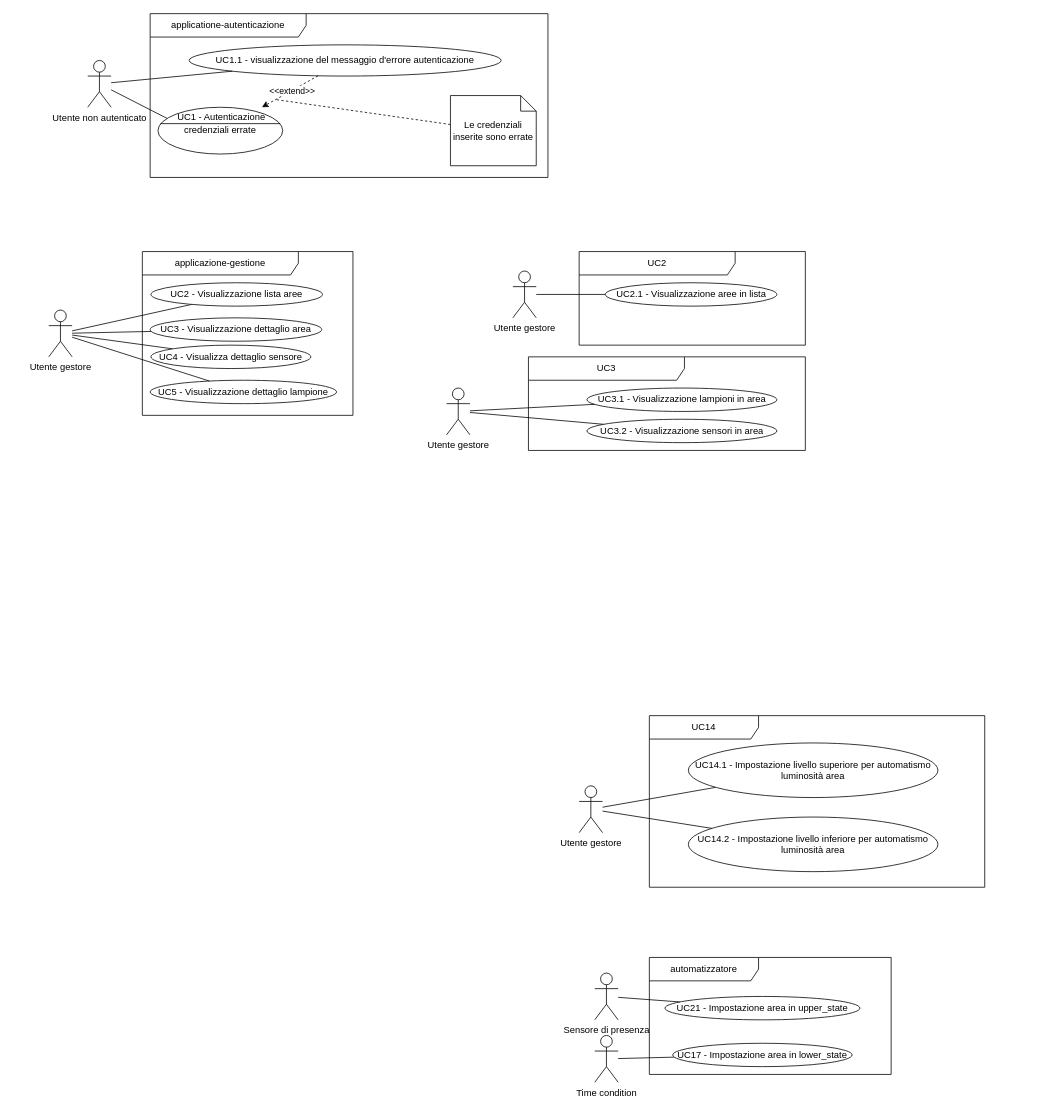
The draw.io diagram page "OK" (1 of 4) of casi_uso_grafici.drawio in SWEasabi/analisi-dei-requisiti, before the edit. Source tidied: cells renumbered, new cells numbered last; positions are measured from the earlier drawing's top-left corner, leaving out a move shared by most shapes. Both pictures are drawn from the tidied source at 78%, with x=0, y=0 at pixel (48, 13).
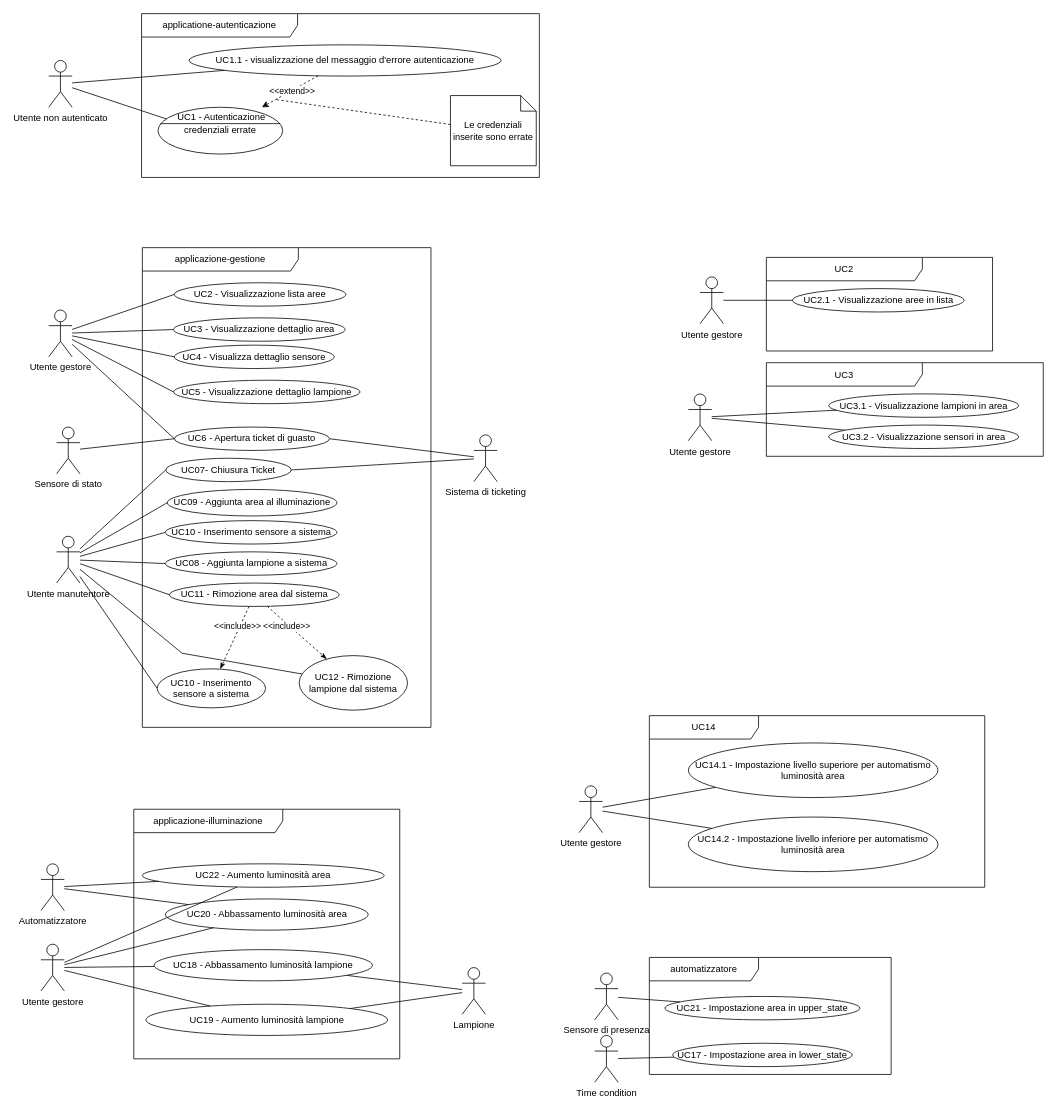
After the change.

Unchanged cells that the change refers to:
```xml
<mxCell id="17" value="Utente gestore" style="shape=umlActor;verticalLabelPosition=bottom;verticalAlign=top;html=1;outlineConnect=0;gradientColor=none;" parent="1" vertex="1">
  <mxGeometry y="380" width="30" height="60" as="geometry" />
</mxCell>
```

What changed in the source:
```diff
@@
+    <mxCell id="14" value="applicazione-gestione" style="shape=umlFrame;whiteSpace=wrap;html=1;width=200;height=30;" parent="1" vertex="1">
+      <mxGeometry x="120" y="300" width="370" height="615" as="geometry" />
+    </mxCell>
@@
     <mxCell id="3" value="applicatione-autenticazione" style="shape=umlFrame;whiteSpace=wrap;html=1;width=200;height=30;" parent="1" vertex="1">
-      <mxGeometry x="130" width="510" height="210" as="geometry" />
+      <mxGeometry x="119" width="510" height="210" as="geometry" />
     </mxCell>
@@
     <mxCell id="5" value="Utente non autenticato" style="shape=umlActor;verticalLabelPosition=bottom;verticalAlign=top;html=1;outlineConnect=0;gradientColor=none;" parent="1" vertex="1">
-      <mxGeometry x="50" y="60" width="30" height="60" as="geometry" />
+      <mxGeometry y="60" width="30" height="60" as="geometry" />
     </mxCell>
@@
-    <mxCell id="14" value="applicazione-gestione" style="shape=umlFrame;whiteSpace=wrap;html=1;width=200;height=30;" parent="1" vertex="1">
-      <mxGeometry x="120" y="305" width="270" height="210" as="geometry" />
-    </mxCell>
-    <mxCell id="15" style="edgeStyle=none;rounded=0;jumpStyle=none;jumpSize=15;jettySize=auto;html=1;endArrow=none;endFill=0;" parent="1" edge="1" source="17" target="19">
+    <mxCell id="15" style="edgeStyle=none;rounded=0;jumpStyle=none;jumpSize=15;jettySize=auto;html=1;endArrow=none;endFill=0;entryX=0;entryY=0.5;entryDx=0;entryDy=0;" parent="1" edge="1" source="17" target="19">
       <mxGeometry relative="1" as="geometry" />
     </mxCell>
-    <mxCell id="16" style="edgeStyle=none;html=1;endArrow=none;endFill=0;" parent="1" edge="1" source="17" target="23">
+    <mxCell id="16" style="edgeStyle=none;html=1;endArrow=none;endFill=0;entryX=0;entryY=0.5;entryDx=0;entryDy=0;" parent="1" edge="1" source="17" target="23">
       <mxGeometry relative="1" as="geometry" />
     </mxCell>
+    <mxCell id="46" style="edgeStyle=none;html=1;endArrow=none;endFill=0;entryX=0;entryY=0.5;entryDx=0;entryDy=0;" parent="1" edge="1" source="17" target="64">
+      <mxGeometry relative="1" as="geometry" />
+    </mxCell>
@@
     <mxCell id="18" value="UC3 - Visualizzazione dettaglio area" style="ellipse;whiteSpace=wrap;html=1;" parent="1" vertex="1">
-      <mxGeometry x="130" y="390" width="220" height="30" as="geometry" />
+      <mxGeometry x="160" y="390" width="220" height="30" as="geometry" />
     </mxCell>
     <mxCell id="19" value="UC4 - Visualizza dettaglio sensore" style="ellipse;whiteSpace=wrap;html=1;" parent="1" vertex="1">
-      <mxGeometry x="131" y="425" width="205" height="30" as="geometry" />
+      <mxGeometry x="161" y="425" width="205" height="30" as="geometry" />
     </mxCell>
     <mxCell id="20" value="UC5 - Visualizzazione dettaglio lampione" style="ellipse;whiteSpace=wrap;html=1;" parent="1" vertex="1">
-      <mxGeometry x="130" y="470" width="239" height="30" as="geometry" />
+      <mxGeometry x="160" y="470" width="239" height="30" as="geometry" />
     </mxCell>
-    <mxCell id="21" style="edgeStyle=none;rounded=0;jumpStyle=none;jumpSize=15;jettySize=auto;html=1;endArrow=none;endFill=0;" parent="1" edge="1" source="17" target="20">
+    <mxCell id="21" style="edgeStyle=none;rounded=0;jumpStyle=none;jumpSize=15;jettySize=auto;html=1;endArrow=none;endFill=0;entryX=0;entryY=0.5;entryDx=0;entryDy=0;" parent="1" edge="1" source="17" target="20">
       <mxGeometry relative="1" as="geometry" />
     </mxCell>
-    <mxCell id="22" style="edgeStyle=none;rounded=0;jumpStyle=none;jumpSize=15;jettySize=auto;html=1;endArrow=none;endFill=0;" parent="1" edge="1" source="17" target="18">
+    <mxCell id="22" style="edgeStyle=none;rounded=0;jumpStyle=none;jumpSize=15;jettySize=auto;html=1;endArrow=none;endFill=0;entryX=0;entryY=0.5;entryDx=0;entryDy=0;" parent="1" edge="1" source="17" target="18">
       <mxGeometry relative="1" as="geometry" />
     </mxCell>
     <mxCell id="23" value="UC2 - Visualizzazione lista aree" style="ellipse;whiteSpace=wrap;html=1;" parent="1" vertex="1">
-      <mxGeometry x="131" y="345" width="220" height="30" as="geometry" />
+      <mxGeometry x="161" y="345" width="220" height="30" as="geometry" />
     </mxCell>
     <mxCell id="24" value="UC3" style="shape=umlFrame;whiteSpace=wrap;html=1;width=200;height=30;" parent="1" vertex="1">
-      <mxGeometry x="615" y="440" width="355" height="120" as="geometry" />
+      <mxGeometry x="920" y="447.5" width="355" height="120" as="geometry" />
     </mxCell>
     <mxCell id="25" value="Utente gestore" style="shape=umlActor;verticalLabelPosition=bottom;verticalAlign=top;html=1;outlineConnect=0;gradientColor=none;" parent="1" vertex="1">
-      <mxGeometry x="510" y="480" width="30" height="60" as="geometry" />
+      <mxGeometry x="820" y="487.5" width="30" height="60" as="geometry" />
     </mxCell>
     <mxCell id="26" value="UC3.1 - Visualizzazione lampioni in area" style="ellipse;whiteSpace=wrap;html=1;" parent="1" vertex="1">
-      <mxGeometry x="690" y="480" width="243.5" height="30" as="geometry" />
+      <mxGeometry x="1000" y="487.5" width="243.5" height="30" as="geometry" />
     </mxCell>
@@
     <mxCell id="29" value="UC3.2 - Visualizzazione sensori in area" style="ellipse;whiteSpace=wrap;html=1;" parent="1" vertex="1">
-      <mxGeometry x="690" y="520" width="243.5" height="30" as="geometry" />
+      <mxGeometry x="1000" y="527.5" width="243.5" height="30" as="geometry" />
     </mxCell>
@@
     <mxCell id="36" value="UC2" style="shape=umlFrame;whiteSpace=wrap;html=1;width=200;height=30;" parent="1" vertex="1">
-      <mxGeometry x="680" y="305" width="290" height="120" as="geometry" />
+      <mxGeometry x="920" y="312.5" width="290" height="120" as="geometry" />
     </mxCell>
     <mxCell id="37" value="Utente gestore" style="shape=umlActor;verticalLabelPosition=bottom;verticalAlign=top;html=1;outlineConnect=0;gradientColor=none;" parent="1" vertex="1">
-      <mxGeometry x="595" y="330" width="30" height="60" as="geometry" />
+      <mxGeometry x="835" y="337.5" width="30" height="60" as="geometry" />
     </mxCell>
     <mxCell id="38" value="UC2.1 - Visualizzazione aree in lista" style="ellipse;whiteSpace=wrap;html=1;" parent="1" vertex="1">
-      <mxGeometry x="713.5" y="345" width="220" height="30" as="geometry" />
+      <mxGeometry x="953.5" y="352.5" width="220" height="30" as="geometry" />
     </mxCell>
@@
+    <mxCell id="47" value="applicazione-illuminazione" style="shape=umlFrame;whiteSpace=wrap;html=1;width=191;height=30;" parent="1" vertex="1">
+      <mxGeometry x="109" y="1020" width="341" height="320" as="geometry" />
+    </mxCell>
+    <mxCell id="48" style="edgeStyle=none;html=1;endArrow=none;endFill=0;" parent="1" edge="1" source="49" target="54">
+      <mxGeometry relative="1" as="geometry" />
+    </mxCell>
+    <mxCell id="49" value="UC19 - Aumento luminosità lampione" style="ellipse;whiteSpace=wrap;html=1;" parent="1" vertex="1">
+      <mxGeometry x="124.5" y="1270" width="310" height="40" as="geometry" />
+    </mxCell>
+    <mxCell id="50" value="UC22 - Aumento luminosità area" style="ellipse;whiteSpace=wrap;html=1;gradientColor=none;" parent="1" vertex="1">
+      <mxGeometry x="120" y="1090" width="310" height="30" as="geometry" />
+    </mxCell>
+    <mxCell id="51" style="edgeStyle=none;html=1;endArrow=none;endFill=0;" parent="1" edge="1" source="52" target="54">
+      <mxGeometry relative="1" as="geometry" />
+    </mxCell>
+    <mxCell id="52" value="UC18 - Abbassamento luminosità lampione" style="ellipse;whiteSpace=wrap;html=1;" parent="1" vertex="1">
+      <mxGeometry x="135" y="1200" width="280" height="40" as="geometry" />
+    </mxCell>
+    <mxCell id="53" value="UC20 - Abbassamento luminosità area" style="ellipse;whiteSpace=wrap;html=1;" parent="1" vertex="1">
+      <mxGeometry x="149.5" y="1135" width="260" height="40" as="geometry" />
+    </mxCell>
+    <mxCell id="54" value="Lampione" style="shape=umlActor;verticalLabelPosition=bottom;verticalAlign=top;html=1;outlineConnect=0;" parent="1" vertex="1">
+      <mxGeometry x="530" y="1223" width="30" height="60" as="geometry" />
+    </mxCell>
+    <mxCell id="55" style="edgeStyle=none;html=1;endArrow=none;endFill=0;" parent="1" edge="1" source="59" target="50">
+      <mxGeometry relative="1" as="geometry" />
+    </mxCell>
+    <mxCell id="56" style="edgeStyle=none;html=1;endArrow=none;endFill=0;" parent="1" edge="1" source="59" target="53">
+      <mxGeometry relative="1" as="geometry" />
+    </mxCell>
+    <mxCell id="57" style="edgeStyle=none;html=1;endArrow=none;endFill=0;" parent="1" edge="1" source="59" target="52">
+      <mxGeometry relative="1" as="geometry" />
+    </mxCell>
+    <mxCell id="58" style="edgeStyle=none;html=1;endArrow=none;endFill=0;" parent="1" edge="1" source="59" target="49">
+      <mxGeometry relative="1" as="geometry" />
+    </mxCell>
+    <mxCell id="59" value="Utente gestore" style="shape=umlActor;verticalLabelPosition=bottom;verticalAlign=top;html=1;outlineConnect=0;" parent="1" vertex="1">
+      <mxGeometry x="-10" y="1193" width="30" height="60" as="geometry" />
+    </mxCell>
+    <mxCell id="60" style="edgeStyle=none;html=1;endArrow=none;endFill=0;" parent="1" edge="1" source="62" target="50">
+      <mxGeometry relative="1" as="geometry" />
+    </mxCell>
+    <mxCell id="61" style="edgeStyle=none;html=1;endArrow=none;endFill=0;" parent="1" edge="1" source="62" target="53">
+      <mxGeometry relative="1" as="geometry" />
+    </mxCell>
+    <mxCell id="62" value="Automatizzatore" style="shape=umlActor;verticalLabelPosition=bottom;verticalAlign=top;html=1;outlineConnect=0;" parent="1" vertex="1">
+      <mxGeometry x="-10" y="1090" width="30" height="60" as="geometry" />
+    </mxCell>
+    <mxCell id="63" style="edgeStyle=none;html=1;endArrow=none;endFill=0;exitX=1;exitY=0.5;exitDx=0;exitDy=0;" parent="1" edge="1" source="64" target="67">
+      <mxGeometry relative="1" as="geometry" />
+    </mxCell>
+    <mxCell id="64" value="UC6 - Apertura ticket di guasto" style="ellipse;whiteSpace=wrap;html=1;" parent="1" vertex="1">
+      <mxGeometry x="161" y="530" width="199" height="30" as="geometry" />
+    </mxCell>
+    <mxCell id="65" style="edgeStyle=none;html=1;entryX=0;entryY=0.5;entryDx=0;entryDy=0;endArrow=none;endFill=0;" parent="1" edge="1" source="66" target="64">
+      <mxGeometry relative="1" as="geometry" />
+    </mxCell>
+    <mxCell id="66" value="Sensore di stato" style="shape=umlActor;verticalLabelPosition=bottom;verticalAlign=top;html=1;outlineConnect=0;gradientColor=none;" parent="1" vertex="1">
+      <mxGeometry x="10" y="530" width="30" height="60" as="geometry" />
+    </mxCell>
+    <mxCell id="67" value="Sistema di ticketing" style="shape=umlActor;verticalLabelPosition=bottom;verticalAlign=top;html=1;outlineConnect=0;gradientColor=none;" parent="1" vertex="1">
+      <mxGeometry x="545" y="540" width="30" height="60" as="geometry" />
+    </mxCell>
+    <mxCell id="68" style="edgeStyle=none;rounded=0;jettySize=auto;html=1;startArrow=none;startFill=0;endArrow=none;endFill=0;exitX=0;exitY=0.5;exitDx=0;exitDy=0;" parent="1" edge="1" source="69" target="72">
+      <mxGeometry relative="1" as="geometry" />
+    </mxCell>
+    <mxCell id="69" value="UC08 - Aggiunta lampione a sistema" style="ellipse;whiteSpace=wrap;html=1;" parent="1" vertex="1">
+      <mxGeometry x="149.5" y="690" width="220" height="30" as="geometry" />
+    </mxCell>
+    <mxCell id="70" style="edgeStyle=none;rounded=0;jumpStyle=none;jumpSize=15;jettySize=auto;html=1;endArrow=none;endFill=0;entryX=0;entryY=0.5;entryDx=0;entryDy=0;" parent="1" edge="1" source="72" target="73">
+      <mxGeometry relative="1" as="geometry" />
+    </mxCell>
+    <mxCell id="71" style="edgeStyle=none;rounded=0;jumpStyle=none;jumpSize=15;jettySize=auto;html=1;endArrow=none;endFill=0;entryX=0;entryY=0.5;entryDx=0;entryDy=0;" parent="1" edge="1" source="72" target="74">
+      <mxGeometry relative="1" as="geometry" />
+    </mxCell>
+    <mxCell id="72" value="Utente manutentore" style="shape=umlActor;verticalLabelPosition=bottom;verticalAlign=top;html=1;outlineConnect=0;gradientColor=none;" parent="1" vertex="1">
+      <mxGeometry x="10" y="670" width="30" height="60" as="geometry" />
+    </mxCell>
+    <mxCell id="73" value="UC07- Chiusura Ticket" style="ellipse;whiteSpace=wrap;html=1;" parent="1" vertex="1">
+      <mxGeometry x="150" y="570" width="161" height="30" as="geometry" />
+    </mxCell>
+    <mxCell id="74" value="UC10 - Inserimento sensore a sistema" style="ellipse;whiteSpace=wrap;html=1;" parent="1" vertex="1">
+      <mxGeometry x="149.5" y="650" width="220" height="30" as="geometry" />
+    </mxCell>
+    <mxCell id="75" style="edgeStyle=none;rounded=0;jumpStyle=none;jumpSize=15;jettySize=auto;html=1;endArrow=none;endFill=0;" parent="1" edge="1" source="76" target="72">
+      <mxGeometry relative="1" as="geometry">
+        <Array as="points">
+          <mxPoint x="171" y="820" />
+        </Array>
+      </mxGeometry>
+    </mxCell>
+    <mxCell id="76" value="UC12 - Rimozione lampione dal sistema" style="ellipse;whiteSpace=wrap;html=1;" parent="1" vertex="1">
+      <mxGeometry x="321" y="823" width="139" height="70" as="geometry" />
+    </mxCell>
+    <mxCell id="77" value="UC09 - Aggiunta area al illuminazione" style="ellipse;whiteSpace=wrap;html=1;" parent="1" vertex="1">
+      <mxGeometry x="152" y="610" width="217.5" height="34" as="geometry" />
+    </mxCell>
+    <mxCell id="78" style="edgeStyle=none;rounded=0;jumpStyle=none;jumpSize=15;jettySize=auto;html=1;endArrow=none;endFill=0;entryX=0;entryY=0.5;entryDx=0;entryDy=0;" parent="1" edge="1" source="72" target="77">
+      <mxGeometry relative="1" as="geometry" />
+    </mxCell>
+    <mxCell id="79" value="UC11 - Rimozione area dal sistema" style="ellipse;whiteSpace=wrap;html=1;" parent="1" vertex="1">
+      <mxGeometry x="154.8" y="730" width="217.5" height="30" as="geometry" />
+    </mxCell>
+    <mxCell id="80" style="edgeStyle=none;rounded=0;jumpStyle=none;jumpSize=15;jettySize=auto;html=1;endArrow=none;endFill=0;exitX=0;exitY=0.5;exitDx=0;exitDy=0;" parent="1" edge="1" source="79" target="72">
+      <mxGeometry relative="1" as="geometry" />
+    </mxCell>
+    <mxCell id="81" style="edgeStyle=none;rounded=0;sketch=0;jettySize=auto;html=1;shadow=0;dashed=1;startArrow=none;startFill=0;endArrow=classicThin;endFill=1;startSize=6;endSize=6;sourcePerimeterSpacing=0;targetPerimeterSpacing=0;" parent="1" edge="1" source="79" target="76">
+      <mxGeometry relative="1" as="geometry" />
+    </mxCell>
+    <mxCell id="82" value="&amp;lt;&amp;lt;include&amp;gt;&amp;gt;" style="edgeLabel;html=1;align=center;verticalAlign=middle;" parent="81" vertex="1">
+      <mxGeometry x="-0.32" y="-3" relative="1" as="geometry" />
+    </mxCell>
+    <mxCell id="83" style="edgeStyle=none;rounded=0;jettySize=auto;html=1;startArrow=none;startFill=0;endArrow=none;endFill=0;exitX=1;exitY=0.5;exitDx=0;exitDy=0;" parent="1" edge="1" source="73" target="67">
+      <mxGeometry relative="1" as="geometry" />
+    </mxCell>
+    <mxCell id="84" style="edgeStyle=none;html=1;endArrow=none;endFill=0;exitX=0;exitY=0.5;exitDx=0;exitDy=0;" parent="1" edge="1" source="85" target="72">
+      <mxGeometry relative="1" as="geometry" />
+    </mxCell>
+    <mxCell id="85" value="UC10 - Inserimento sensore a sistema" style="ellipse;whiteSpace=wrap;html=1;" parent="1" vertex="1">
+      <mxGeometry x="139" y="840" width="139" height="50" as="geometry" />
+    </mxCell>
+    <mxCell id="86" style="edgeStyle=none;rounded=0;sketch=0;jettySize=auto;html=1;shadow=0;dashed=1;startArrow=none;startFill=0;endArrow=classicThin;endFill=1;startSize=6;endSize=6;sourcePerimeterSpacing=0;targetPerimeterSpacing=0;" parent="1" edge="1" source="79" target="85">
+      <mxGeometry relative="1" as="geometry" />
+    </mxCell>
+    <mxCell id="87" value="&amp;lt;&amp;lt;include&amp;gt;&amp;gt;" style="edgeLabel;html=1;align=center;verticalAlign=middle;" parent="86" vertex="1">
+      <mxGeometry x="-0.32" y="-3" relative="1" as="geometry" />
+    </mxCell>
```
